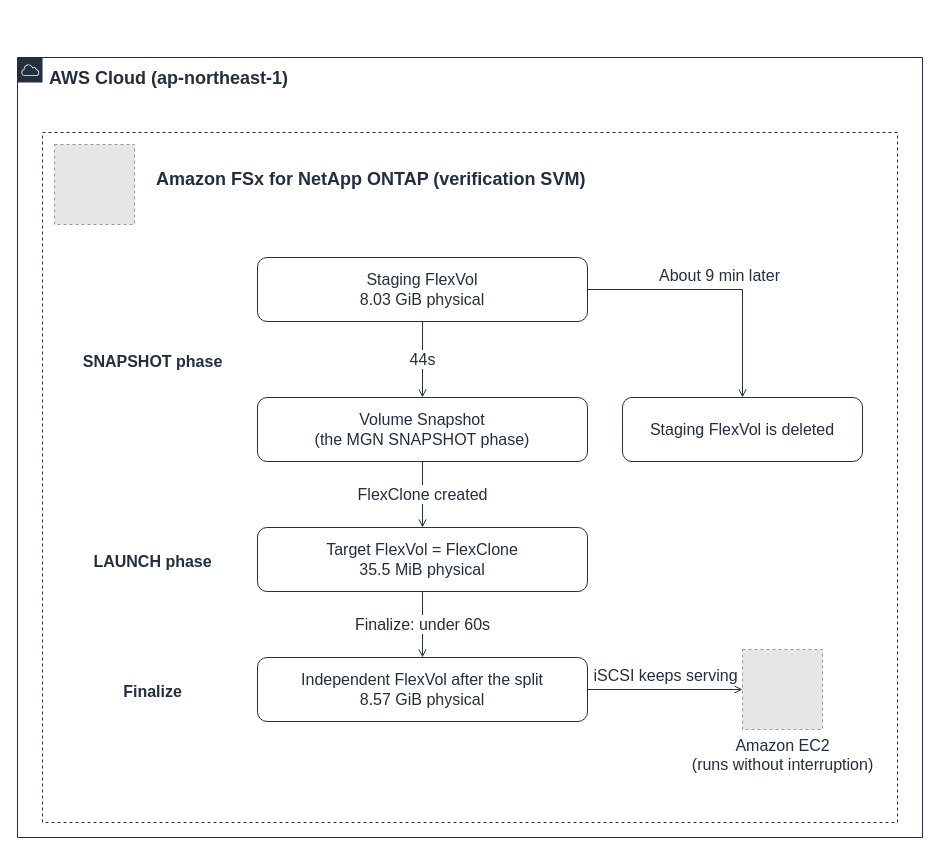
This is docs/_assets/diagrams/atx-fsxn-finalize-flexclone-en.drawio from Yoshiki0705/vmware-migration-ec2-ontap, a draw.io file, before an edit. Source tidied: cells renumbered, new cells numbered last; positions are measured from the earlier drawing's top-left corner, leaving out a move shared by most shapes. Both pictures are drawn from the tidied source at 100%, with x=0, y=0 at pixel (17, 57). Pictures stored in the file or linked from it are replaced by grey dashed boxes.
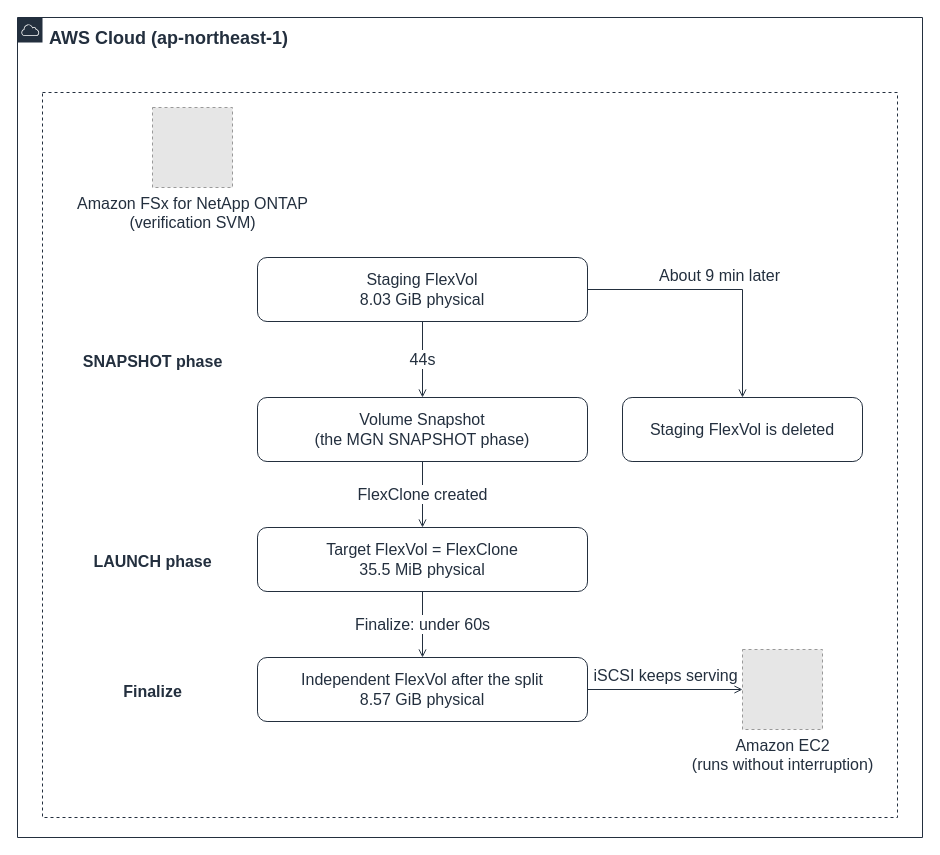
After the change.

Diff of the diagram source:
```diff
@@
     <mxCell id="2" value="AWS Cloud (ap-northeast-1)" style="gradientColor=none;html=1;whiteSpace=wrap;fontSize=18;fontStyle=1;fontColor=#232F3E;shape=mxgraph.aws4.group;grIcon=mxgraph.aws4.group_aws_cloud;strokeColor=#232F3E;fillColor=none;verticalAlign=top;align=left;spacingLeft=30;spacingTop=4;dashed=0;" parent="1" vertex="1">
-      <mxGeometry width="905" height="780" as="geometry" />
+      <mxGeometry y="-40" width="905" height="820" as="geometry" />
     </mxCell>
-    <mxCell id="3" value="Amazon FSx for NetApp ONTAP (verification SVM)" style="gradientColor=none;html=1;whiteSpace=wrap;fontSize=18;fontStyle=1;fontColor=#232F3E;shape=mxgraph.aws4.group;strokeColor=#232F3E;fillColor=none;verticalAlign=top;align=left;spacingLeft=112;spacingTop=30;dashed=1;" parent="1" vertex="1">
-      <mxGeometry x="25" y="75" width="855" height="690" as="geometry" />
+    <mxCell id="3" style="gradientColor=none;html=1;whiteSpace=wrap;fontSize=18;fontStyle=1;fontColor=#232F3E;shape=mxgraph.aws4.group;strokeColor=#232F3E;fillColor=none;verticalAlign=top;align=left;spacingLeft=30;spacingTop=4;dashed=1;" parent="1" vertex="1">
+      <mxGeometry x="25" y="35" width="855" height="725" as="geometry" />
     </mxCell>
@@
-    <mxCell id="12" style="fillColor=#E6E6E6;strokeColor=#999999;dashed=1;html=1;verticalLabelPosition=bottom;verticalAlign=top;labelPosition=center;align=center;fontSize=16;fontColor=#232F3E;" parent="1" vertex="1">
-      <mxGeometry x="37" y="87" width="80" height="80" as="geometry" />
+    <mxCell id="12" value="Amazon FSx for NetApp ONTAP&#10;(verification SVM)" style="fillColor=#E6E6E6;strokeColor=#999999;dashed=1;html=1;verticalLabelPosition=bottom;verticalAlign=top;labelPosition=center;align=center;fontSize=16;fontColor=#232F3E;" parent="1" vertex="1">
+      <mxGeometry x="135" y="50" width="80" height="80" as="geometry" />
     </mxCell>
```
